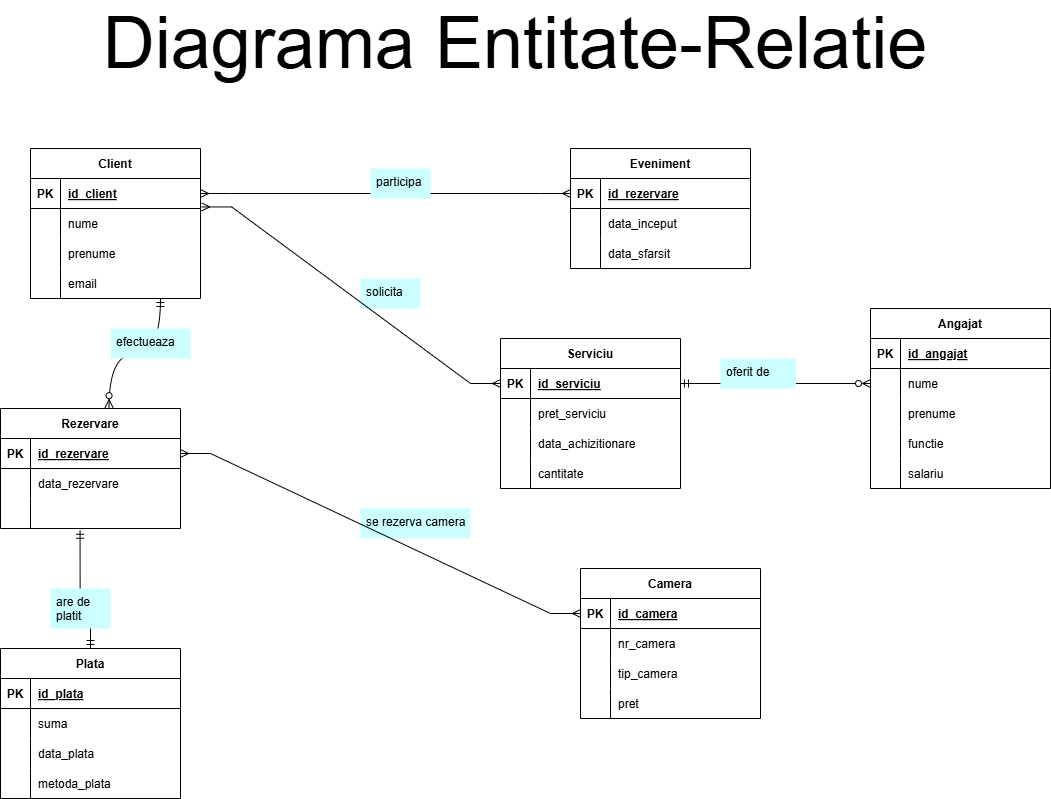
Earlier version of the draw.io export DW&BI/Diagrame/Diagramă Entitate-Relatie.drawio.png (diana-clinciu/MODBD). Source tidied: cells renumbered, new cells last; positions are measured from the earlier drawing's top-left corner, leaving out a move shared by most shapes.
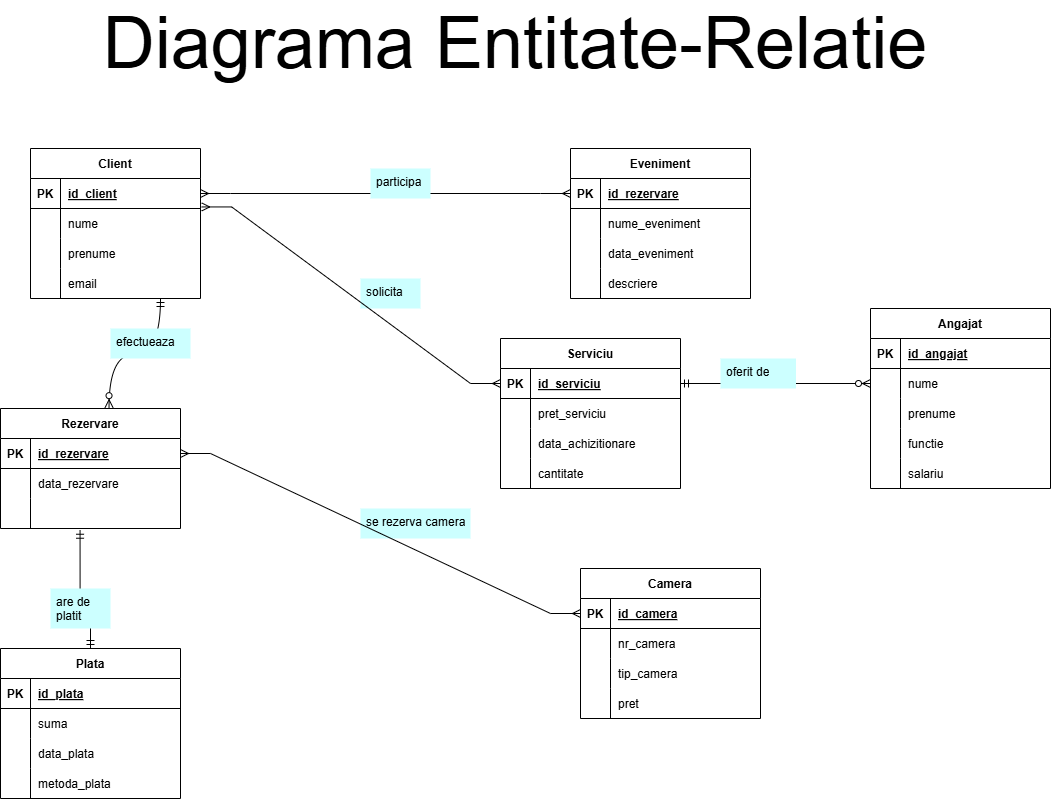
Above is the later version.

Change to the diagram source:
```diff
@@ -178,7 +178,7 @@
       <mxGeometry x="30" width="150" height="30" as="geometry" />
     </mxCell>
     <mxCell id="58" value="Eveniment" style="shape=table;startSize=30;rowLines=0;fontStyle=1;align=center;" parent="1" vertex="1">
-      <mxGeometry x="570" y="120" width="180" height="120" as="geometry" />
+      <mxGeometry x="570" y="120" width="180" height="150" as="geometry" />
     </mxCell>
     <mxCell id="59" style="shape=partialRectangle;fillColor=none;points=[[0,0.5],[1,0.5]];portConstraint=eastwest;top=0;left=0;right=0;bottom=1;" parent="58" vertex="1">
       <mxGeometry y="30" width="180" height="30" as="geometry" />
@@ -195,7 +195,7 @@
     <mxCell id="63" style="shape=partialRectangle;overflow=hidden;fillColor=none;top=0;left=0;bottom=0;right=0;" parent="62" vertex="1">
       <mxGeometry width="30" height="30" as="geometry" />
     </mxCell>
-    <mxCell id="64" value="data_inceput" style="shape=partialRectangle;overflow=hidden;fillColor=none;top=0;left=0;bottom=0;right=0;align=left;spacingLeft=6;" parent="62" vertex="1">
+    <mxCell id="64" value="nume_eveniment" style="shape=partialRectangle;overflow=hidden;fillColor=none;top=0;left=0;bottom=0;right=0;align=left;spacingLeft=6;" parent="62" vertex="1">
       <mxGeometry x="30" width="150" height="30" as="geometry" />
     </mxCell>
     <mxCell id="65" style="shape=partialRectangle;fillColor=none;top=0;left=0;right=0;bottom=0;" parent="58" vertex="1">
@@ -204,9 +204,18 @@
     <mxCell id="66" style="shape=partialRectangle;overflow=hidden;fillColor=none;top=0;left=0;bottom=0;right=0;" parent="65" vertex="1">
       <mxGeometry width="30" height="30" as="geometry" />
     </mxCell>
-    <mxCell id="67" value="data_sfarsit " style="shape=partialRectangle;overflow=hidden;fillColor=none;top=0;left=0;bottom=0;right=0;align=left;spacingLeft=6;" parent="65" vertex="1">
+    <mxCell id="67" value="data_eveniment" style="shape=partialRectangle;overflow=hidden;fillColor=none;top=0;left=0;bottom=0;right=0;align=left;spacingLeft=6;" parent="65" vertex="1">
       <mxGeometry x="30" width="150" height="30" as="geometry" />
     </mxCell>
+    <mxCell id="103" style="shape=partialRectangle;fillColor=none;top=0;left=0;right=0;bottom=0;" parent="58" vertex="1">
+      <mxGeometry y="120" width="180" height="30" as="geometry" />
+    </mxCell>
+    <mxCell id="104" style="shape=partialRectangle;overflow=hidden;fillColor=none;top=0;left=0;bottom=0;right=0;" parent="103" vertex="1">
+      <mxGeometry width="30" height="30" as="geometry" />
+    </mxCell>
+    <mxCell id="105" value="descriere" style="shape=partialRectangle;overflow=hidden;fillColor=none;top=0;left=0;bottom=0;right=0;align=left;spacingLeft=6;" parent="103" vertex="1">
+      <mxGeometry x="30" width="150" height="30" as="geometry" />
+    </mxCell>
     <mxCell id="68" value="Serviciu" style="shape=table;startSize=30;rowLines=0;fontStyle=1;align=center;" parent="1" vertex="1">
       <mxGeometry x="500" y="310" width="180" height="150" as="geometry" />
     </mxCell>
```
